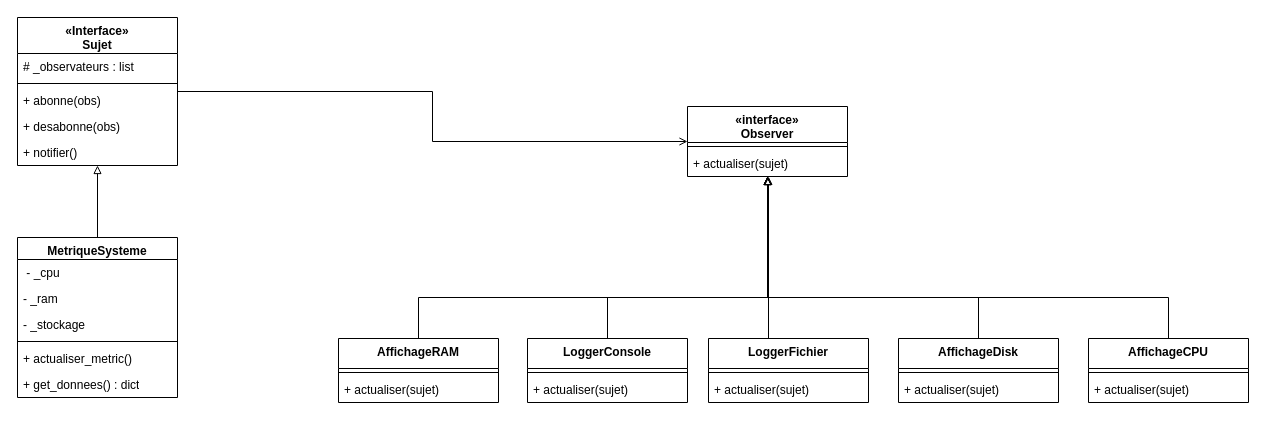
Kriemhild2012/420-3d3-projet1-monitoring-a26 keeps this draw.io diagram as docs/UML_Monitoring.drawio. Above is the earlier version. Source tidied: cells renumbered, new cells numbered last; positions are measured from the earlier drawing's top-left corner, leaving out a move shared by most shapes. Both pictures are drawn from the tidied source at 100%, with x=0, y=0 at pixel (17, 17).
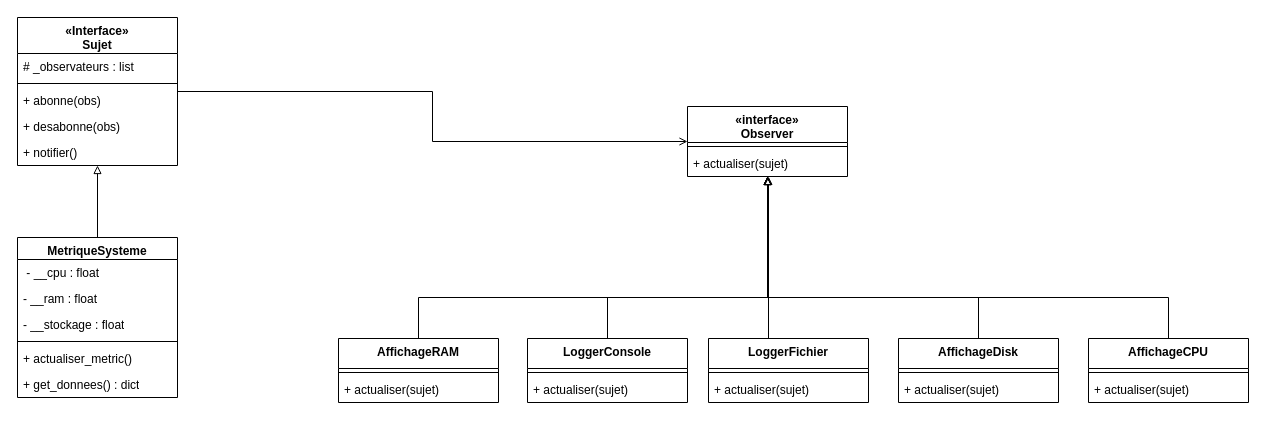
Above is the later version.

Commit message:
modif mineures sur UML

The change refers to these unchanged cells:
```xml
<mxCell id="12" value="&lt;div&gt;MetriqueSysteme&lt;/div&gt;" style="swimlane;fontStyle=1;align=center;verticalAlign=top;horizontal=1;startSize=22;whiteSpace=wrap;html=1;fillStyle=auto;" parent="1" vertex="1">
  <mxGeometry y="220" width="160" height="160" as="geometry" />
</mxCell>
```

Change to the diagram source:
```diff
@@
-    <mxCell id="13" value="&amp;nbsp;- _cpu" style="text;strokeColor=none;fillColor=none;align=left;verticalAlign=top;spacingLeft=4;spacingRight=4;overflow=hidden;whiteSpace=wrap;html=1;" parent="12" vertex="1">
+    <mxCell id="13" value="&amp;nbsp;- __cpu : float" style="text;strokeColor=none;fillColor=none;align=left;verticalAlign=top;spacingLeft=4;spacingRight=4;overflow=hidden;whiteSpace=wrap;html=1;" parent="12" vertex="1">
       <mxGeometry y="22" width="160" height="26" as="geometry" />
     </mxCell>
-    <mxCell id="14" value="- _ram" style="text;strokeColor=none;fillColor=none;align=left;verticalAlign=top;spacingLeft=4;spacingRight=4;overflow=hidden;whiteSpace=wrap;html=1;" parent="12" vertex="1">
+    <mxCell id="14" value="- __ram : float" style="text;strokeColor=none;fillColor=none;align=left;verticalAlign=top;spacingLeft=4;spacingRight=4;overflow=hidden;whiteSpace=wrap;html=1;" parent="12" vertex="1">
       <mxGeometry y="48" width="160" height="26" as="geometry" />
     </mxCell>
-    <mxCell id="15" value="- _stockage" style="text;strokeColor=none;fillColor=none;align=left;verticalAlign=top;spacingLeft=4;spacingRight=4;overflow=hidden;whiteSpace=wrap;html=1;" parent="12" vertex="1">
+    <mxCell id="15" value="- __stockage : float" style="text;strokeColor=none;fillColor=none;align=left;verticalAlign=top;spacingLeft=4;spacingRight=4;overflow=hidden;whiteSpace=wrap;html=1;" parent="12" vertex="1">
       <mxGeometry y="74" width="160" height="26" as="geometry" />
     </mxCell>
```
